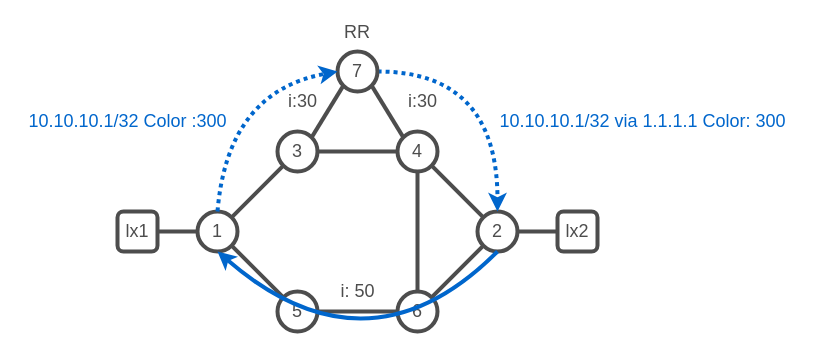
The draw.io diagram page "8" (8 of 14) of images/lab-topologies.drawio in IntuitiveSoft-net/sr-lab, before the edit. Source tidied: cells renumbered, new cells numbered last; positions are measured from the earlier drawing's top-left corner, leaving out a move shared by most shapes. Both pictures are drawn from the tidied source at 100%, with x=0, y=0 at pixel (17, 17).
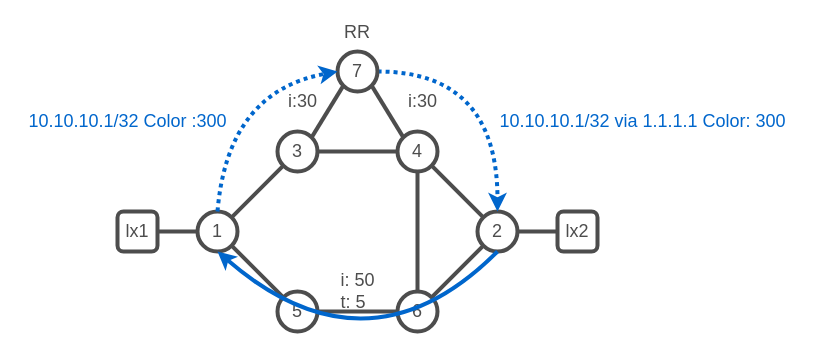
Above is the later version.

Diff of the diagram source:
```diff
@@
-    <mxCell id="25" value="&lt;div style=&quot;text-align: left;&quot;&gt;&lt;span style=&quot;color: rgb(77, 77, 77); background-color: initial;&quot;&gt;i: 50&lt;/span&gt;&lt;/div&gt;" style="text;html=1;align=center;verticalAlign=middle;strokeColor=none;fillColor=none;fontSize=18;fontColor=#0066CC;" parent="1" vertex="1">
-      <mxGeometry x="310" y="254" width="60" height="40" as="geometry" />
+    <mxCell id="25" value="&lt;div style=&quot;text-align: left;&quot;&gt;&lt;div style=&quot;border-color: var(--border-color);&quot;&gt;&lt;span style=&quot;border-color: var(--border-color); color: rgb(77, 77, 77); background-color: initial;&quot;&gt;i: 50&lt;/span&gt;&lt;/div&gt;&lt;div style=&quot;border-color: var(--border-color);&quot;&gt;&lt;span style=&quot;border-color: var(--border-color); color: rgb(77, 77, 77); background-color: initial;&quot;&gt;t: 5&lt;/span&gt;&lt;/div&gt;&lt;/div&gt;" style="text;html=1;align=center;verticalAlign=middle;strokeColor=none;fillColor=none;fontSize=18;fontColor=#0066CC;" parent="1" vertex="1">
+      <mxGeometry x="310" y="244" width="60" height="60" as="geometry" />
     </mxCell>
```
